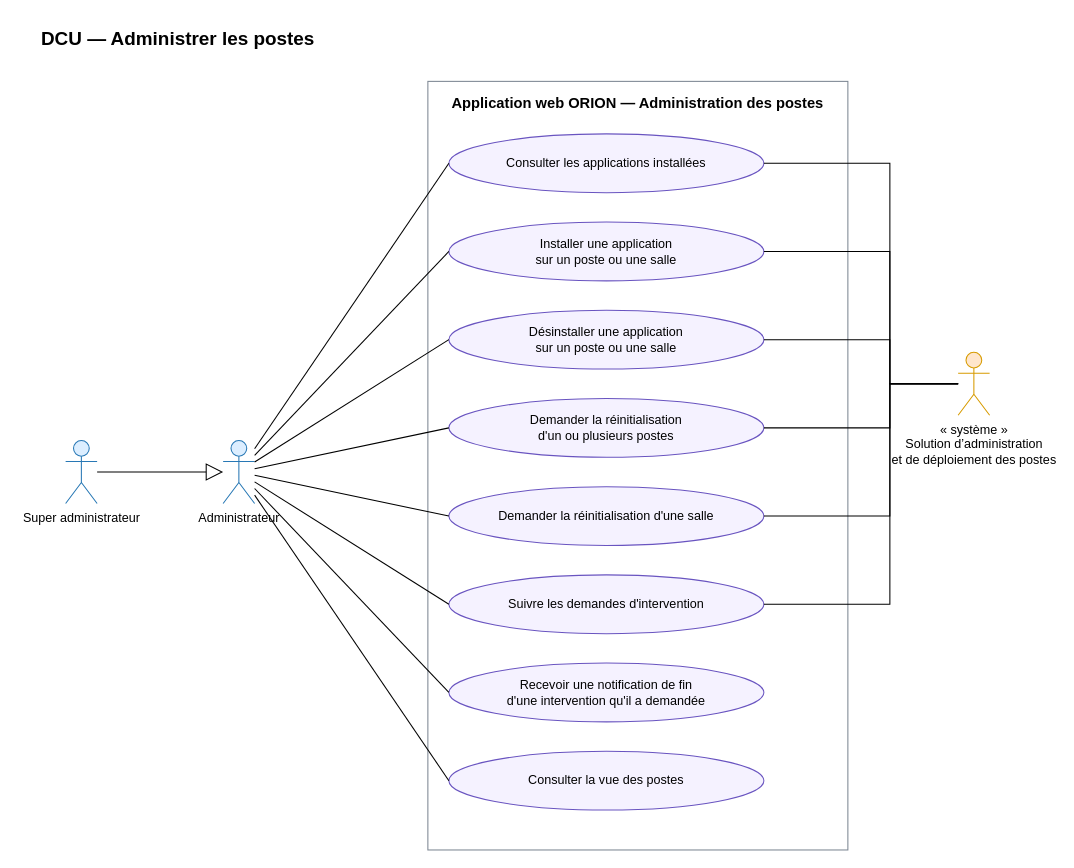
bpierrelouis/aster keeps this draw.io diagram as docs/02-ANALYSE/02-CAPTURE-DES-BESOINS/04-DCU-ADMINISTRATION-POSTES.drawio. Above is the earlier version. Source tidied: cells renumbered, new cells numbered last; positions are measured from the earlier drawing's top-left corner, leaving out a move shared by most shapes. Both pictures are drawn from the tidied source at 105%, with x=0, y=0 at pixel (39, 23).
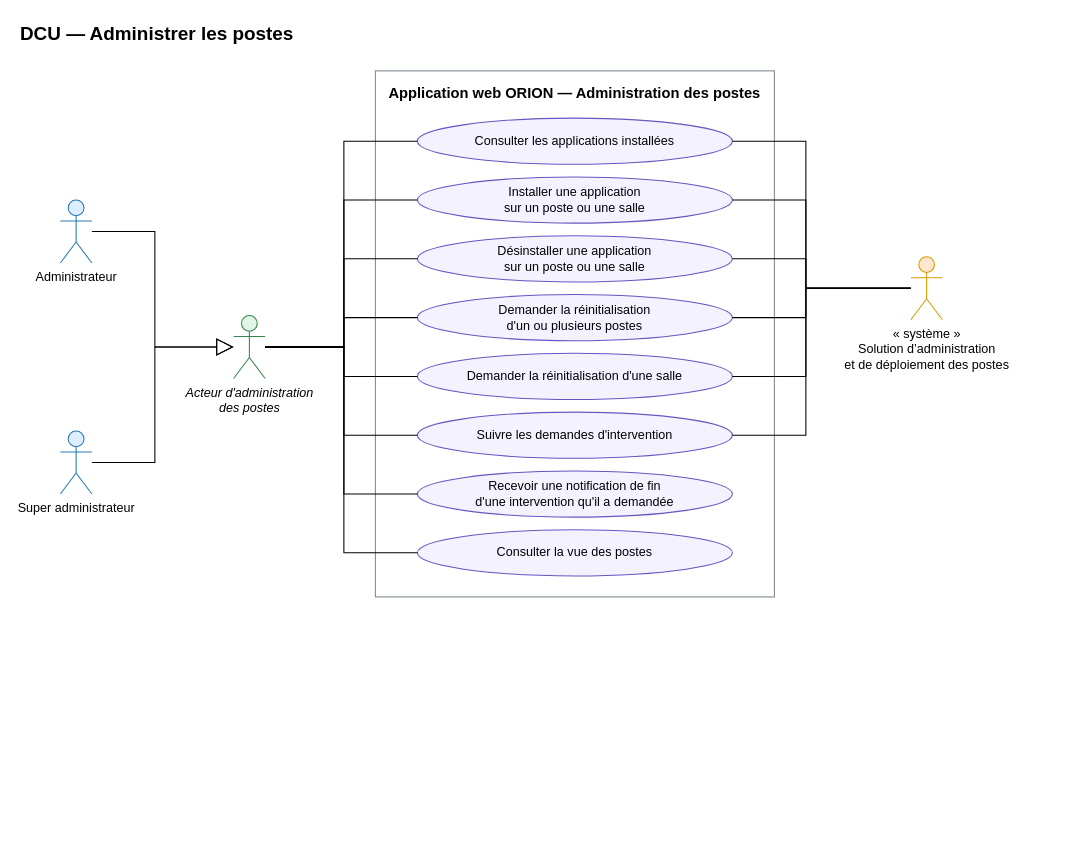
The same page after the edit.

What changed in the source:
```diff
@@
     <mxCell id="2" value="DCU — Administrer les postes" style="text;html=1;align=left;verticalAlign=middle;strokeColor=none;fillColor=none;fontSize=18;fontStyle=1;" parent="1" vertex="1">
-      <mxGeometry width="500" height="30" as="geometry" />
+      <mxGeometry x="-20" y="-5" width="700" height="30" as="geometry" />
     </mxCell>
     <mxCell id="3" value="Application web ORION — Administration des postes" style="rounded=0;whiteSpace=wrap;html=1;verticalAlign=top;fontStyle=1;fontSize=14;fillColor=none;strokeColor=#7D8793;spacingTop=6;" parent="1" vertex="1">
-      <mxGeometry x="370" y="55" width="400" height="732" as="geometry" />
+      <mxGeometry x="320" y="45" width="380" height="501" as="geometry" />
     </mxCell>
     <mxCell id="4" value="Consulter les applications installées" style="ellipse;whiteSpace=wrap;html=1;fontSize=12;fillColor=#F5F2FF;strokeColor=#6954C0;" parent="3" vertex="1">
-      <mxGeometry x="20" y="50" width="300" height="56" as="geometry" />
+      <mxGeometry x="40" y="45" width="300" height="44" as="geometry" />
     </mxCell>
     <mxCell id="5" value="Installer une application&lt;br&gt;sur un poste ou une salle" style="ellipse;whiteSpace=wrap;html=1;fontSize=12;fillColor=#F5F2FF;strokeColor=#6954C0;" parent="3" vertex="1">
-      <mxGeometry x="20" y="134" width="300" height="56" as="geometry" />
+      <mxGeometry x="40" y="101" width="300" height="44" as="geometry" />
     </mxCell>
     <mxCell id="6" value="Désinstaller une application&lt;br&gt;sur un poste ou une salle" style="ellipse;whiteSpace=wrap;html=1;fontSize=12;fillColor=#F5F2FF;strokeColor=#6954C0;" parent="3" vertex="1">
-      <mxGeometry x="20" y="218" width="300" height="56" as="geometry" />
+      <mxGeometry x="40" y="157" width="300" height="44" as="geometry" />
     </mxCell>
     <mxCell id="7" value="Demander la réinitialisation&lt;br&gt;d'un ou plusieurs postes" style="ellipse;whiteSpace=wrap;html=1;fontSize=12;fillColor=#F5F2FF;strokeColor=#6954C0;" parent="3" vertex="1">
-      <mxGeometry x="20" y="302" width="300" height="56" as="geometry" />
+      <mxGeometry x="40" y="213" width="300" height="44" as="geometry" />
     </mxCell>
     <mxCell id="8" value="Demander la réinitialisation d'une salle" style="ellipse;whiteSpace=wrap;html=1;fontSize=12;fillColor=#F5F2FF;strokeColor=#6954C0;" parent="3" vertex="1">
-      <mxGeometry x="20" y="386" width="300" height="56" as="geometry" />
+      <mxGeometry x="40" y="269" width="300" height="44" as="geometry" />
     </mxCell>
     <mxCell id="9" value="Suivre les demandes d'intervention" style="ellipse;whiteSpace=wrap;html=1;fontSize=12;fillColor=#F5F2FF;strokeColor=#6954C0;" parent="3" vertex="1">
-      <mxGeometry x="20" y="470" width="300" height="56" as="geometry" />
+      <mxGeometry x="40" y="325" width="300" height="44" as="geometry" />
     </mxCell>
     <mxCell id="10" value="Recevoir une notification de fin&lt;br&gt;d'une intervention qu'il a demandée" style="ellipse;whiteSpace=wrap;html=1;fontSize=12;fillColor=#F5F2FF;strokeColor=#6954C0;" parent="3" vertex="1">
-      <mxGeometry x="20" y="554" width="300" height="56" as="geometry" />
+      <mxGeometry x="40" y="381" width="300" height="44" as="geometry" />
     </mxCell>
     <mxCell id="11" value="Consulter la vue des postes" style="ellipse;whiteSpace=wrap;html=1;fontSize=12;fillColor=#F5F2FF;strokeColor=#6954C0;" parent="3" vertex="1">
-      <mxGeometry x="20" y="638" width="300" height="56" as="geometry" />
+      <mxGeometry x="40" y="437" width="300" height="44" as="geometry" />
     </mxCell>
+    <mxCell id="30" value="Acteur d'administration&lt;br&gt;des postes" style="shape=umlActor;verticalLabelPosition=bottom;verticalAlign=top;html=1;outlineConnect=0;fontSize=12;fillColor=#E3F5E6;strokeColor=#35864A;fontStyle=2;" parent="1" vertex="1">
+      <mxGeometry x="185" y="278" width="30" height="60" as="geometry" />
+    </mxCell>
     <mxCell id="12" value="Administrateur" style="shape=umlActor;verticalLabelPosition=bottom;verticalAlign=top;html=1;outlineConnect=0;fontSize=12;fillColor=#DCEEFF;strokeColor=#2878B5;" parent="1" vertex="1">
-      <mxGeometry x="175" y="397" width="30" height="60" as="geometry" />
+      <mxGeometry x="20" y="168" width="30" height="60" as="geometry" />
     </mxCell>
     <mxCell id="13" value="Super administrateur" style="shape=umlActor;verticalLabelPosition=bottom;verticalAlign=top;html=1;outlineConnect=0;fontSize=12;fillColor=#DCEEFF;strokeColor=#2878B5;" parent="1" vertex="1">
-      <mxGeometry x="25" y="397" width="30" height="60" as="geometry" />
+      <mxGeometry x="20" y="388" width="30" height="60" as="geometry" />
     </mxCell>
-    <mxCell id="14" value="« système »&lt;br&gt;Solution d’administration&lt;br&gt;et de déploiement des postes" style="shape=umlActor;verticalLabelPosition=bottom;verticalAlign=top;html=1;outlineConnect=0;fontSize=12;fillColor=#FFE6CC;strokeColor=#D79B00;" parent="1" vertex="1">
-      <mxGeometry x="875" y="313" width="30" height="60" as="geometry" />
-    </mxCell>
-    <mxCell id="15" style="endArrow=block;endFill=0;endSize=14;html=1;rounded=0;" parent="1" edge="1" source="13" target="12">
-      <mxGeometry relative="1" as="geometry" />
+    <mxCell id="15" style="endArrow=block;endFill=0;endSize=14;html=1;rounded=0;edgeStyle=orthogonalEdgeStyle;exitX=1;exitY=0.5;exitDx=0;exitDy=0;entryX=0;entryY=0.5;entryDx=0;entryDy=0;" parent="1" edge="1" source="12" target="30">
+      <mxGeometry relative="1" as="geometry">
+        <Array as="points">
+          <mxPoint x="110" y="198" />
+          <mxPoint x="110" y="308" />
+        </Array>
+      </mxGeometry>
     </mxCell>
+    <mxCell id="31" style="endArrow=block;endFill=0;endSize=14;html=1;rounded=0;edgeStyle=orthogonalEdgeStyle;exitX=1;exitY=0.5;exitDx=0;exitDy=0;entryX=0;entryY=0.5;entryDx=0;entryDy=0;" parent="1" edge="1" source="13" target="30">
+      <mxGeometry relative="1" as="geometry">
+        <Array as="points">
+          <mxPoint x="110" y="418" />
+          <mxPoint x="110" y="308" />
+        </Array>
+      </mxGeometry>
+    </mxCell>
-    <mxCell id="16" style="endArrow=none;html=1;rounded=0;entryX=0;entryY=0.5;entryDx=0;entryDy=0;" parent="1" edge="1" source="12" target="4">
-      <mxGeometry relative="1" as="geometry" />
+    <mxCell id="16" style="endArrow=none;html=1;rounded=0;edgeStyle=orthogonalEdgeStyle;fontSize=11;labelBackgroundColor=#ffffff;exitX=1;exitY=0.5;exitDx=0;exitDy=0;entryX=0;entryY=0.5;entryDx=0;entryDy=0;" parent="1" edge="1" source="30" target="4">
+      <mxGeometry relative="1" as="geometry">
+        <Array as="points">
+          <mxPoint x="290" y="308" />
+          <mxPoint x="290" y="112" />
+        </Array>
+      </mxGeometry>
     </mxCell>
-    <mxCell id="17" style="endArrow=none;html=1;rounded=0;entryX=0;entryY=0.5;entryDx=0;entryDy=0;" parent="1" edge="1" source="12" target="5">
-      <mxGeometry relative="1" as="geometry" />
+    <mxCell id="17" style="endArrow=none;html=1;rounded=0;edgeStyle=orthogonalEdgeStyle;fontSize=11;labelBackgroundColor=#ffffff;exitX=1;exitY=0.5;exitDx=0;exitDy=0;entryX=0;entryY=0.5;entryDx=0;entryDy=0;" parent="1" edge="1" source="30" target="5">
+      <mxGeometry relative="1" as="geometry">
+        <Array as="points">
+          <mxPoint x="290" y="308" />
+          <mxPoint x="290" y="168" />
+        </Array>
+      </mxGeometry>
     </mxCell>
-    <mxCell id="18" style="endArrow=none;html=1;rounded=0;entryX=0;entryY=0.5;entryDx=0;entryDy=0;" parent="1" edge="1" source="12" target="6">
-      <mxGeometry relative="1" as="geometry" />
+    <mxCell id="18" style="endArrow=none;html=1;rounded=0;edgeStyle=orthogonalEdgeStyle;fontSize=11;labelBackgroundColor=#ffffff;exitX=1;exitY=0.5;exitDx=0;exitDy=0;entryX=0;entryY=0.5;entryDx=0;entryDy=0;" parent="1" edge="1" source="30" target="6">
+      <mxGeometry relative="1" as="geometry">
+        <Array as="points">
+          <mxPoint x="290" y="308" />
+          <mxPoint x="290" y="224" />
+        </Array>
+      </mxGeometry>
     </mxCell>
-    <mxCell id="19" style="endArrow=none;html=1;rounded=0;entryX=0;entryY=0.5;entryDx=0;entryDy=0;" parent="1" edge="1" source="12" target="7">
-      <mxGeometry relative="1" as="geometry" />
+    <mxCell id="19" style="endArrow=none;html=1;rounded=0;edgeStyle=orthogonalEdgeStyle;fontSize=11;labelBackgroundColor=#ffffff;exitX=1;exitY=0.5;exitDx=0;exitDy=0;entryX=0;entryY=0.5;entryDx=0;entryDy=0;" parent="1" edge="1" source="30" target="7">
+      <mxGeometry relative="1" as="geometry">
+        <Array as="points">
+          <mxPoint x="290" y="308" />
+          <mxPoint x="290" y="280" />
+        </Array>
+      </mxGeometry>
     </mxCell>
-    <mxCell id="20" style="endArrow=none;html=1;rounded=0;entryX=0;entryY=0.5;entryDx=0;entryDy=0;" parent="1" edge="1" source="12" target="8">
-      <mxGeometry relative="1" as="geometry" />
+    <mxCell id="20" style="endArrow=none;html=1;rounded=0;edgeStyle=orthogonalEdgeStyle;fontSize=11;labelBackgroundColor=#ffffff;exitX=1;exitY=0.5;exitDx=0;exitDy=0;entryX=0;entryY=0.5;entryDx=0;entryDy=0;" parent="1" edge="1" source="30" target="8">
+      <mxGeometry relative="1" as="geometry">
+        <Array as="points">
+          <mxPoint x="290" y="308" />
+          <mxPoint x="290" y="336" />
+        </Array>
+      </mxGeometry>
     </mxCell>
-    <mxCell id="21" style="endArrow=none;html=1;rounded=0;entryX=0;entryY=0.5;entryDx=0;entryDy=0;" parent="1" edge="1" source="12" target="9">
-      <mxGeometry relative="1" as="geometry" />
+    <mxCell id="21" style="endArrow=none;html=1;rounded=0;edgeStyle=orthogonalEdgeStyle;fontSize=11;labelBackgroundColor=#ffffff;exitX=1;exitY=0.5;exitDx=0;exitDy=0;entryX=0;entryY=0.5;entryDx=0;entryDy=0;" parent="1" edge="1" source="30" target="9">
+      <mxGeometry relative="1" as="geometry">
+        <Array as="points">
+          <mxPoint x="290" y="308" />
+          <mxPoint x="290" y="392" />
+        </Array>
+      </mxGeometry>
     </mxCell>
-    <mxCell id="22" style="endArrow=none;html=1;rounded=0;entryX=0;entryY=0.5;entryDx=0;entryDy=0;" parent="1" edge="1" source="12" target="10">
-      <mxGeometry relative="1" as="geometry" />
+    <mxCell id="22" style="endArrow=none;html=1;rounded=0;edgeStyle=orthogonalEdgeStyle;fontSize=11;labelBackgroundColor=#ffffff;exitX=1;exitY=0.5;exitDx=0;exitDy=0;entryX=0;entryY=0.5;entryDx=0;entryDy=0;" parent="1" edge="1" source="30" target="10">
+      <mxGeometry relative="1" as="geometry">
+        <Array as="points">
+          <mxPoint x="290" y="308" />
+          <mxPoint x="290" y="448" />
+        </Array>
+      </mxGeometry>
     </mxCell>
-    <mxCell id="23" style="endArrow=none;html=1;rounded=0;entryX=0;entryY=0.5;entryDx=0;entryDy=0;" parent="1" edge="1" source="12" target="11">
-      <mxGeometry relative="1" as="geometry" />
+    <mxCell id="23" style="endArrow=none;html=1;rounded=0;edgeStyle=orthogonalEdgeStyle;fontSize=11;labelBackgroundColor=#ffffff;exitX=1;exitY=0.5;exitDx=0;exitDy=0;entryX=0;entryY=0.5;entryDx=0;entryDy=0;" parent="1" edge="1" source="30" target="11">
+      <mxGeometry relative="1" as="geometry">
+        <Array as="points">
+          <mxPoint x="290" y="308" />
+          <mxPoint x="290" y="504" />
+        </Array>
+      </mxGeometry>
     </mxCell>
+    <mxCell id="14" value="« système »&lt;br&gt;Solution d’administration&lt;br&gt;et de déploiement des postes" style="shape=umlActor;verticalLabelPosition=bottom;verticalAlign=top;html=1;outlineConnect=0;fontSize=12;fillColor=#FFE6CC;strokeColor=#D79B00;" parent="1" vertex="1">
+      <mxGeometry x="830" y="222" width="30" height="60" as="geometry" />
+    </mxCell>
-    <mxCell id="24" style="endArrow=none;html=1;rounded=0;exitX=1;exitY=0.5;exitDx=0;exitDy=0;edgeStyle=orthogonalEdgeStyle;" parent="1" edge="1" source="4" target="14">
+    <mxCell id="24" style="endArrow=none;html=1;rounded=0;edgeStyle=orthogonalEdgeStyle;fontSize=11;labelBackgroundColor=#ffffff;exitX=1;exitY=0.5;exitDx=0;exitDy=0;entryX=0;entryY=0.5;entryDx=0;entryDy=0;" parent="1" edge="1" source="4" target="14">
       <mxGeometry relative="1" as="geometry">
         <Array as="points">
-          <mxPoint x="810" y="133" />
-          <mxPoint x="810" y="343" />
+          <mxPoint x="730" y="112" />
+          <mxPoint x="730" y="252" />
         </Array>
       </mxGeometry>
     </mxCell>
-    <mxCell id="25" style="endArrow=none;html=1;rounded=0;exitX=1;exitY=0.5;exitDx=0;exitDy=0;edgeStyle=orthogonalEdgeStyle;" parent="1" edge="1" source="5" target="14">
+    <mxCell id="25" style="endArrow=none;html=1;rounded=0;edgeStyle=orthogonalEdgeStyle;fontSize=11;labelBackgroundColor=#ffffff;exitX=1;exitY=0.5;exitDx=0;exitDy=0;entryX=0;entryY=0.5;entryDx=0;entryDy=0;" parent="1" edge="1" source="5" target="14">
       <mxGeometry relative="1" as="geometry">
         <Array as="points">
-          <mxPoint x="810" y="217" />
-          <mxPoint x="810" y="343" />
+          <mxPoint x="730" y="168" />
+          <mxPoint x="730" y="252" />
         </Array>
       </mxGeometry>
     </mxCell>
-    <mxCell id="26" style="endArrow=none;html=1;rounded=0;exitX=1;exitY=0.5;exitDx=0;exitDy=0;edgeStyle=orthogonalEdgeStyle;" parent="1" edge="1" source="6" target="14">
+    <mxCell id="26" style="endArrow=none;html=1;rounded=0;edgeStyle=orthogonalEdgeStyle;fontSize=11;labelBackgroundColor=#ffffff;exitX=1;exitY=0.5;exitDx=0;exitDy=0;entryX=0;entryY=0.5;entryDx=0;entryDy=0;" parent="1" edge="1" source="6" target="14">
       <mxGeometry relative="1" as="geometry">
         <Array as="points">
-          <mxPoint x="810" y="301" />
-          <mxPoint x="810" y="343" />
+          <mxPoint x="730" y="224" />
+          <mxPoint x="730" y="252" />
         </Array>
       </mxGeometry>
     </mxCell>
-    <mxCell id="27" style="endArrow=none;html=1;rounded=0;exitX=1;exitY=0.5;exitDx=0;exitDy=0;edgeStyle=orthogonalEdgeStyle;" parent="1" edge="1" source="7" target="14">
+    <mxCell id="27" style="endArrow=none;html=1;rounded=0;edgeStyle=orthogonalEdgeStyle;fontSize=11;labelBackgroundColor=#ffffff;exitX=1;exitY=0.5;exitDx=0;exitDy=0;entryX=0;entryY=0.5;entryDx=0;entryDy=0;" parent="1" edge="1" source="7" target="14">
       <mxGeometry relative="1" as="geometry">
         <Array as="points">
-          <mxPoint x="810" y="385" />
-          <mxPoint x="810" y="343" />
+          <mxPoint x="730" y="280" />
+          <mxPoint x="730" y="252" />
         </Array>
       </mxGeometry>
     </mxCell>
-    <mxCell id="28" style="endArrow=none;html=1;rounded=0;exitX=1;exitY=0.5;exitDx=0;exitDy=0;edgeStyle=orthogonalEdgeStyle;" parent="1" edge="1" source="8" target="14">
+    <mxCell id="28" style="endArrow=none;html=1;rounded=0;edgeStyle=orthogonalEdgeStyle;fontSize=11;labelBackgroundColor=#ffffff;exitX=1;exitY=0.5;exitDx=0;exitDy=0;entryX=0;entryY=0.5;entryDx=0;entryDy=0;" parent="1" edge="1" source="8" target="14">
       <mxGeometry relative="1" as="geometry">
         <Array as="points">
-          <mxPoint x="810" y="469" />
-          <mxPoint x="810" y="343" />
+          <mxPoint x="730" y="336" />
+          <mxPoint x="730" y="252" />
         </Array>
       </mxGeometry>
     </mxCell>
-    <mxCell id="29" style="endArrow=none;html=1;rounded=0;exitX=1;exitY=0.5;exitDx=0;exitDy=0;edgeStyle=orthogonalEdgeStyle;" parent="1" edge="1" source="9" target="14">
+    <mxCell id="29" style="endArrow=none;html=1;rounded=0;edgeStyle=orthogonalEdgeStyle;fontSize=11;labelBackgroundColor=#ffffff;exitX=1;exitY=0.5;exitDx=0;exitDy=0;entryX=0;entryY=0.5;entryDx=0;entryDy=0;" parent="1" edge="1" source="9" target="14">
       <mxGeometry relative="1" as="geometry">
         <Array as="points">
-          <mxPoint x="810" y="553" />
-          <mxPoint x="810" y="343" />
+          <mxPoint x="730" y="392" />
+          <mxPoint x="730" y="252" />
         </Array>
       </mxGeometry>
     </mxCell>
```
